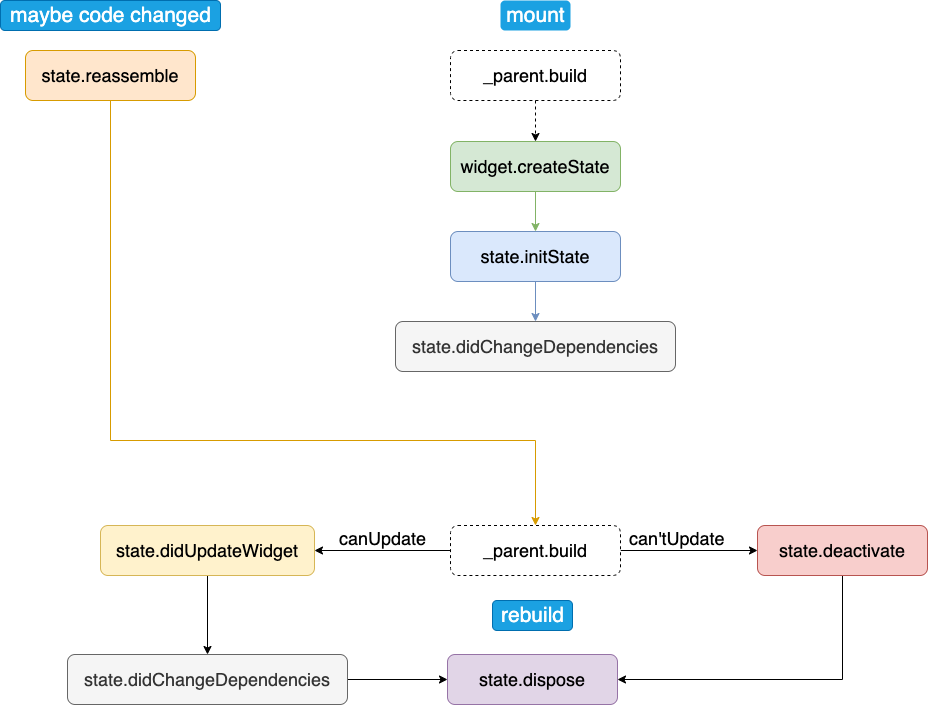
jinjilynn/flutter_tour keeps this draw.io diagram as images/state_cycle.png. Above is the earlier version. Source tidied: cells renumbered, new cells last; positions are measured from the earlier drawing's top-left corner, leaving out a move shared by most shapes.
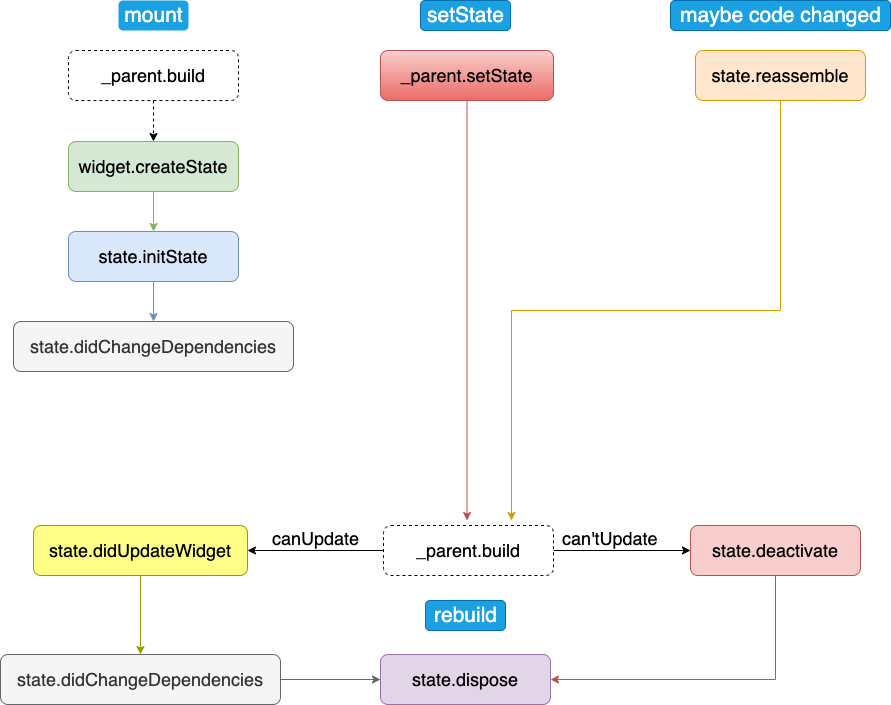
The same file after the commit.

Diff of the diagram source:
```diff
@@ -6,27 +6,24 @@
       <mxGeometry relative="1" as="geometry" />
     </mxCell>
     <mxCell id="3" value="&lt;font style=&quot;font-size: 18px&quot;&gt;widget.createState&lt;/font&gt;" style="rounded=1;whiteSpace=wrap;html=1;fillColor=#d5e8d4;strokeColor=#82b366;" parent="1" vertex="1">
-      <mxGeometry x="450" y="141" width="170" height="50" as="geometry" />
+      <mxGeometry x="135" y="141" width="170" height="50" as="geometry" />
     </mxCell>
     <mxCell id="4" style="edgeStyle=orthogonalEdgeStyle;rounded=0;jettySize=auto;html=1;exitX=0.5;exitY=1;exitDx=0;exitDy=0;entryX=0.5;entryY=0;entryDx=0;entryDy=0;fontSize=21;fillColor=#dae8fc;strokeColor=#6c8ebf;" parent="1" edge="1" source="5" target="6">
       <mxGeometry relative="1" as="geometry" />
     </mxCell>
     <mxCell id="5" value="&lt;span style=&quot;font-size: 18px&quot;&gt;state.initState&lt;/span&gt;" style="rounded=1;whiteSpace=wrap;html=1;fillColor=#dae8fc;strokeColor=#6c8ebf;" parent="1" vertex="1">
-      <mxGeometry x="450" y="231" width="170" height="50" as="geometry" />
+      <mxGeometry x="135" y="231" width="170" height="50" as="geometry" />
     </mxCell>
     <mxCell id="6" value="&lt;span style=&quot;font-size: 18px&quot;&gt;state.didChangeDependencies&lt;/span&gt;" style="rounded=1;whiteSpace=wrap;html=1;fillColor=#f5f5f5;strokeColor=#666666;fontColor=#333333;" parent="1" vertex="1">
-      <mxGeometry x="395" y="321" width="280" height="50" as="geometry" />
+      <mxGeometry x="80" y="321" width="280" height="50" as="geometry" />
     </mxCell>
-    <mxCell id="7" style="edgeStyle=orthogonalEdgeStyle;rounded=0;jettySize=auto;html=1;exitX=0.5;exitY=1;exitDx=0;exitDy=0;entryX=0.5;entryY=0;entryDx=0;entryDy=0;fontSize=21;fillColor=#ffe6cc;strokeColor=#d79b00;" parent="1" edge="1" source="8" target="11">
-      <mxGeometry relative="1" as="geometry">
-        <Array as="points">
-          <mxPoint x="110" y="440" />
-          <mxPoint x="535" y="440" />
-        </Array>
-      </mxGeometry>
-    </mxCell>
+    <mxCell id="26" style="edgeStyle=orthogonalEdgeStyle;rounded=0;jettySize=auto;html=1;exitX=0.5;exitY=1;exitDx=0;exitDy=0;strokeColor=#d79b00;fontSize=21;fillColor=#ffe6cc;" parent="1" edge="1" source="8">
+      <mxGeometry relative="1" as="geometry">
+        <mxPoint x="578" y="520" as="targetPoint" />
+      </mxGeometry>
+    </mxCell>
     <mxCell id="8" value="&lt;span style=&quot;font-size: 18px&quot;&gt;state.&lt;/span&gt;&lt;span style=&quot;font-size: 18px&quot;&gt;reassemble&lt;/span&gt;" style="rounded=1;whiteSpace=wrap;html=1;fillColor=#ffe6cc;strokeColor=#d79b00;" parent="1" vertex="1">
-      <mxGeometry x="25" y="50" width="170" height="50" as="geometry" />
+      <mxGeometry x="762" y="50" width="170" height="50" as="geometry" />
     </mxCell>
     <mxCell id="9" style="edgeStyle=orthogonalEdgeStyle;rounded=0;jettySize=auto;html=1;exitX=0;exitY=0.5;exitDx=0;exitDy=0;entryX=1;entryY=0.5;entryDx=0;entryDy=0;" parent="1" edge="1" source="11" target="13">
       <mxGeometry relative="1" as="geometry" />
@@ -39,10 +36,10 @@
     <mxCell id="11" value="&lt;span style=&quot;font-size: 18px&quot;&gt;_parent.build&lt;/span&gt;" style="rounded=1;whiteSpace=wrap;html=1;dashed=1;" parent="1" vertex="1">
       <mxGeometry x="450" y="525" width="170" height="50" as="geometry" />
     </mxCell>
-    <mxCell id="12" style="edgeStyle=orthogonalEdgeStyle;rounded=0;jettySize=auto;html=1;exitX=0.5;exitY=1;exitDx=0;exitDy=0;entryX=0.5;entryY=0;entryDx=0;entryDy=0;fontSize=21;" parent="1" edge="1" source="13" target="22">
+    <mxCell id="12" style="edgeStyle=orthogonalEdgeStyle;rounded=0;jettySize=auto;html=1;exitX=0.5;exitY=1;exitDx=0;exitDy=0;entryX=0.5;entryY=0;entryDx=0;entryDy=0;fontSize=21;fillColor=#ffff88;strokeColor=#999900;" parent="1" edge="1" source="13" target="22">
       <mxGeometry relative="1" as="geometry" />
     </mxCell>
-    <mxCell id="13" value="&lt;span style=&quot;font-size: 18px&quot;&gt;state.didUpdateWidget&lt;/span&gt;" style="rounded=1;whiteSpace=wrap;html=1;fillColor=#fff2cc;strokeColor=#d6b656;" parent="1" vertex="1">
+    <mxCell id="13" value="&lt;span style=&quot;font-size: 18px&quot;&gt;state.didUpdateWidget&lt;/span&gt;" style="rounded=1;whiteSpace=wrap;html=1;fillColor=#ffff88;strokeColor=#999900;" parent="1" vertex="1">
       <mxGeometry x="100" y="525" width="214" height="50" as="geometry" />
     </mxCell>
     <mxCell id="14" value="&lt;font style=&quot;font-size: 18px&quot;&gt;canUpdate&lt;/font&gt;" style="text;html=1;align=left;verticalAlign=top;spacingTop=-4;" parent="1" vertex="1">
@@ -51,7 +48,7 @@
     <mxCell id="15" value="&lt;font style=&quot;font-size: 18px&quot;&gt;can'tUpdate&lt;/font&gt;" style="text;html=1;align=left;verticalAlign=top;spacingTop=-4;" parent="1" vertex="1">
       <mxGeometry x="627" y="525" width="110" height="20" as="geometry" />
     </mxCell>
-    <mxCell id="16" style="edgeStyle=orthogonalEdgeStyle;rounded=0;jettySize=auto;html=1;exitX=0.5;exitY=1;exitDx=0;exitDy=0;entryX=1;entryY=0.5;entryDx=0;entryDy=0;" parent="1" edge="1" source="17" target="18">
+    <mxCell id="16" style="edgeStyle=orthogonalEdgeStyle;rounded=0;jettySize=auto;html=1;exitX=0.5;exitY=1;exitDx=0;exitDy=0;entryX=1;entryY=0.5;entryDx=0;entryDy=0;fillColor=#f8cecc;strokeColor=#b85450;" parent="1" edge="1" source="17" target="18">
       <mxGeometry relative="1" as="geometry" />
     </mxCell>
     <mxCell id="17" value="&lt;span style=&quot;font-size: 18px&quot;&gt;state.deactivate&lt;/span&gt;" style="rounded=1;whiteSpace=wrap;html=1;fillColor=#f8cecc;strokeColor=#b85450;" parent="1" vertex="1">
@@ -61,12 +58,12 @@
       <mxGeometry x="447" y="654" width="170" height="50" as="geometry" />
     </mxCell>
     <mxCell id="19" value="&lt;font style=&quot;font-size: 21px;&quot;&gt;mount&lt;/font&gt;" style="text;html=1;align=center;verticalAlign=middle;fillColor=#1ba1e2;strokeColor=none;fontColor=#ffffff;rounded=1;fontSize=21;" parent="1" vertex="1">
-      <mxGeometry x="500" width="70" height="30" as="geometry" />
+      <mxGeometry x="185" width="70" height="30" as="geometry" />
     </mxCell>
     <mxCell id="20" value="&lt;font style=&quot;font-size: 21px;&quot;&gt;maybe code changed&lt;/font&gt;" style="text;html=1;align=center;verticalAlign=middle;fillColor=#1ba1e2;strokeColor=#006EAF;fontColor=#ffffff;rounded=1;fontSize=21;" parent="1" vertex="1">
-      <mxGeometry width="220" height="30" as="geometry" />
+      <mxGeometry x="737" width="220" height="30" as="geometry" />
     </mxCell>
-    <mxCell id="21" style="edgeStyle=orthogonalEdgeStyle;rounded=0;jettySize=auto;html=1;exitX=1;exitY=0.5;exitDx=0;exitDy=0;entryX=0;entryY=0.5;entryDx=0;entryDy=0;fontSize=21;" parent="1" edge="1" source="22" target="18">
+    <mxCell id="21" style="edgeStyle=orthogonalEdgeStyle;rounded=0;jettySize=auto;html=1;exitX=1;exitY=0.5;exitDx=0;exitDy=0;entryX=0;entryY=0.5;entryDx=0;entryDy=0;fontSize=21;fillColor=#f5f5f5;strokeColor=#666666;" parent="1" edge="1" source="22" target="18">
       <mxGeometry relative="1" as="geometry" />
     </mxCell>
     <mxCell id="22" value="&lt;span style=&quot;font-size: 18px&quot;&gt;state.didChangeDependencies&lt;/span&gt;" style="rounded=1;whiteSpace=wrap;html=1;fillColor=#f5f5f5;strokeColor=#666666;fontColor=#333333;" parent="1" vertex="1">
@@ -79,7 +76,18 @@
       <mxGeometry relative="1" as="geometry" />
     </mxCell>
     <mxCell id="25" value="&lt;span style=&quot;font-size: 18px&quot;&gt;_parent.build&lt;/span&gt;" style="rounded=1;whiteSpace=wrap;html=1;dashed=1;" parent="1" vertex="1">
-      <mxGeometry x="450" y="50" width="170" height="50" as="geometry" />
+      <mxGeometry x="135" y="50" width="170" height="50" as="geometry" />
     </mxCell>
+    <mxCell id="27" style="edgeStyle=orthogonalEdgeStyle;rounded=0;jettySize=auto;html=1;exitX=0.5;exitY=1;exitDx=0;exitDy=0;strokeColor=#b85450;fontSize=21;fillColor=#f8cecc;gradientColor=#ea6b66;" parent="1" edge="1" source="28">
+      <mxGeometry relative="1" as="geometry">
+        <mxPoint x="533.5" y="520" as="targetPoint" />
+      </mxGeometry>
+    </mxCell>
+    <mxCell id="28" value="&lt;span style=&quot;font-size: 18px&quot;&gt;_parent.setState&lt;/span&gt;" style="rounded=1;whiteSpace=wrap;html=1;fillColor=#f8cecc;strokeColor=#b85450;gradientColor=#ea6b66;" parent="1" vertex="1">
+      <mxGeometry x="447" y="50" width="173" height="50" as="geometry" />
+    </mxCell>
+    <mxCell id="29" value="&lt;font style=&quot;font-size: 21px&quot;&gt;setState&lt;/font&gt;" style="text;html=1;align=center;verticalAlign=middle;fillColor=#1ba1e2;strokeColor=#006EAF;fontColor=#ffffff;rounded=1;fontSize=21;" parent="1" vertex="1">
+      <mxGeometry x="487" width="90" height="30" as="geometry" />
+    </mxCell>
   </root>
 </mxGraphModel>
```
